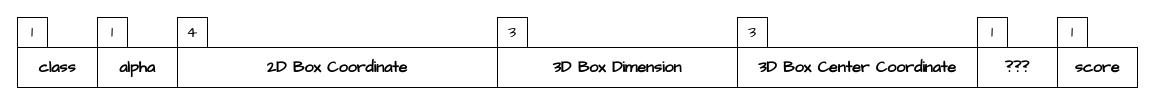
This is Untitled Diagram.drawio from umiskky/Diagrams, a draw.io file, before an edit. Source tidied: cells renumbered, new cells numbered last; positions are measured from the earlier drawing's top-left corner, leaving out a move shared by most shapes. Both pictures are drawn from the tidied source at 100%, with x=0, y=0 at pixel (17, 17).
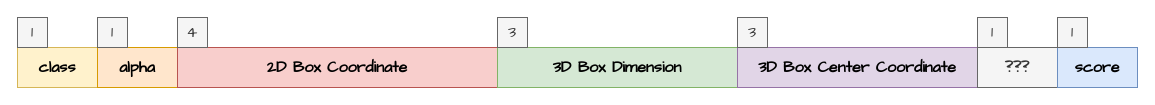
Above is the later version.

Change to the diagram source:
```diff
@@
 <mxGraphModel>
   <root>
     <mxCell id="0" />
     <mxCell id="1" parent="0" />
+    <mxCell id="16" style="group;" parent="1" vertex="1">
+      <mxGeometry width="1120" height="70" as="geometry" />
+    </mxCell>
-    <mxCell id="2" value="&lt;font face=&quot;Comic Sans MS&quot;&gt;&lt;span style=&quot;font-size: 16px&quot;&gt;&lt;b&gt;class&lt;/b&gt;&lt;/span&gt;&lt;/font&gt;" style="rounded=0;whiteSpace=wrap;html=1;" parent="1" vertex="1">
+    <mxCell id="2" value="&lt;font face=&quot;Comic Sans MS&quot;&gt;&lt;span style=&quot;font-size: 16px&quot;&gt;&lt;b&gt;class&lt;/b&gt;&lt;/span&gt;&lt;/font&gt;" style="rounded=0;whiteSpace=wrap;html=1;fillColor=#fff2cc;strokeColor=#d6b656;" parent="16" vertex="1">
       <mxGeometry y="30" width="80" height="40" as="geometry" />
     </mxCell>
-    <mxCell id="3" value="&lt;font face=&quot;Comic Sans MS&quot; size=&quot;1&quot;&gt;&lt;b style=&quot;font-size: 16px&quot;&gt;alpha&lt;/b&gt;&lt;/font&gt;" style="rounded=0;whiteSpace=wrap;html=1;" parent="1" vertex="1">
+    <mxCell id="3" value="&lt;font face=&quot;Comic Sans MS&quot; size=&quot;1&quot;&gt;&lt;b style=&quot;font-size: 16px&quot;&gt;alpha&lt;/b&gt;&lt;/font&gt;" style="rounded=0;whiteSpace=wrap;html=1;fillColor=#ffe6cc;strokeColor=#d79b00;" parent="16" vertex="1">
       <mxGeometry x="80" y="30" width="80" height="40" as="geometry" />
     </mxCell>
-    <mxCell id="4" value="&lt;font face=&quot;Comic Sans MS&quot;&gt;&lt;span style=&quot;font-size: 16px&quot;&gt;&lt;b&gt;2D Box Coordinate&lt;/b&gt;&lt;/span&gt;&lt;/font&gt;" style="rounded=0;whiteSpace=wrap;html=1;" parent="1" vertex="1">
+    <mxCell id="4" value="&lt;font face=&quot;Comic Sans MS&quot;&gt;&lt;span style=&quot;font-size: 16px&quot;&gt;&lt;b&gt;2D Box Coordinate&lt;/b&gt;&lt;/span&gt;&lt;/font&gt;" style="rounded=0;whiteSpace=wrap;html=1;fillColor=#f8cecc;strokeColor=#b85450;" parent="16" vertex="1">
       <mxGeometry x="160" y="30" width="320" height="40" as="geometry" />
     </mxCell>
-    <mxCell id="5" value="&lt;font face=&quot;Comic Sans MS&quot; size=&quot;1&quot;&gt;&lt;b style=&quot;font-size: 16px&quot;&gt;3D Box Dimension&lt;/b&gt;&lt;/font&gt;" style="rounded=0;whiteSpace=wrap;html=1;" parent="1" vertex="1">
+    <mxCell id="5" value="&lt;font face=&quot;Comic Sans MS&quot; size=&quot;1&quot;&gt;&lt;b style=&quot;font-size: 16px&quot;&gt;3D Box Dimension&lt;/b&gt;&lt;/font&gt;" style="rounded=0;whiteSpace=wrap;html=1;fillColor=#d5e8d4;strokeColor=#82b366;" parent="16" vertex="1">
       <mxGeometry x="480" y="30" width="240" height="40" as="geometry" />
     </mxCell>
-    <mxCell id="6" value="&lt;font face=&quot;Comic Sans MS&quot; size=&quot;1&quot;&gt;&lt;b style=&quot;font-size: 16px&quot;&gt;3D Box Center Coordinate&lt;/b&gt;&lt;/font&gt;" style="rounded=0;whiteSpace=wrap;html=1;" parent="1" vertex="1">
+    <mxCell id="6" value="&lt;font face=&quot;Comic Sans MS&quot; size=&quot;1&quot;&gt;&lt;b style=&quot;font-size: 16px&quot;&gt;3D Box Center Coordinate&lt;/b&gt;&lt;/font&gt;" style="rounded=0;whiteSpace=wrap;html=1;fillColor=#e1d5e7;strokeColor=#9673a6;" parent="16" vertex="1">
       <mxGeometry x="720" y="30" width="240" height="40" as="geometry" />
     </mxCell>
-    <mxCell id="7" value="&lt;font face=&quot;Comic Sans MS&quot; size=&quot;1&quot;&gt;&lt;b style=&quot;font-size: 16px&quot;&gt;???&lt;/b&gt;&lt;/font&gt;" style="rounded=0;whiteSpace=wrap;html=1;" parent="1" vertex="1">
+    <mxCell id="7" value="&lt;font face=&quot;Comic Sans MS&quot; size=&quot;1&quot;&gt;&lt;b style=&quot;font-size: 16px&quot;&gt;???&lt;/b&gt;&lt;/font&gt;" style="rounded=0;whiteSpace=wrap;html=1;fillColor=#f5f5f5;fontColor=#333333;strokeColor=#666666;" parent="16" vertex="1">
       <mxGeometry x="960" y="30" width="80" height="40" as="geometry" />
     </mxCell>
-    <mxCell id="8" value="&lt;font face=&quot;Comic Sans MS&quot; size=&quot;1&quot;&gt;&lt;b style=&quot;font-size: 16px&quot;&gt;score&lt;/b&gt;&lt;/font&gt;" style="rounded=0;whiteSpace=wrap;html=1;" parent="1" vertex="1">
+    <mxCell id="8" value="&lt;font face=&quot;Comic Sans MS&quot; size=&quot;1&quot;&gt;&lt;b style=&quot;font-size: 16px&quot;&gt;score&lt;/b&gt;&lt;/font&gt;" style="rounded=0;whiteSpace=wrap;html=1;fillColor=#dae8fc;strokeColor=#6c8ebf;" parent="16" vertex="1">
       <mxGeometry x="1040" y="30" width="80" height="40" as="geometry" />
     </mxCell>
-    <mxCell id="9" value="1" style="text;html=1;strokeColor=default;fillColor=none;align=center;verticalAlign=middle;whiteSpace=wrap;rounded=0;fontFamily=Comic Sans MS;fontSize=16;" parent="1" vertex="1">
+    <mxCell id="9" value="1" style="text;html=1;strokeColor=#666666;fillColor=#f5f5f5;align=center;verticalAlign=middle;whiteSpace=wrap;rounded=0;fontFamily=Comic Sans MS;fontSize=16;fontColor=#333333;" parent="16" vertex="1">
       <mxGeometry width="30" height="30" as="geometry" />
     </mxCell>
-    <mxCell id="10" value="1" style="text;html=1;strokeColor=default;fillColor=none;align=center;verticalAlign=middle;whiteSpace=wrap;rounded=0;fontFamily=Comic Sans MS;fontSize=16;" parent="1" vertex="1">
+    <mxCell id="10" value="1" style="text;html=1;strokeColor=#666666;fillColor=#f5f5f5;align=center;verticalAlign=middle;whiteSpace=wrap;rounded=0;fontFamily=Comic Sans MS;fontSize=16;fontColor=#333333;" parent="16" vertex="1">
       <mxGeometry x="80" width="30" height="30" as="geometry" />
     </mxCell>
-    <mxCell id="11" value="3" style="text;html=1;strokeColor=default;fillColor=none;align=center;verticalAlign=middle;whiteSpace=wrap;rounded=0;fontFamily=Comic Sans MS;fontSize=16;" parent="1" vertex="1">
+    <mxCell id="11" value="3" style="text;html=1;strokeColor=#666666;fillColor=#f5f5f5;align=center;verticalAlign=middle;whiteSpace=wrap;rounded=0;fontFamily=Comic Sans MS;fontSize=16;fontColor=#333333;" parent="16" vertex="1">
       <mxGeometry x="480" width="30" height="30" as="geometry" />
     </mxCell>
-    <mxCell id="12" value="4" style="text;html=1;strokeColor=default;fillColor=none;align=center;verticalAlign=middle;whiteSpace=wrap;rounded=0;fontFamily=Comic Sans MS;fontSize=16;" parent="1" vertex="1">
+    <mxCell id="12" value="4" style="text;html=1;strokeColor=#666666;fillColor=#f5f5f5;align=center;verticalAlign=middle;whiteSpace=wrap;rounded=0;fontFamily=Comic Sans MS;fontSize=16;fontColor=#333333;" parent="16" vertex="1">
       <mxGeometry x="160" width="30" height="30" as="geometry" />
     </mxCell>
-    <mxCell id="13" value="3" style="text;html=1;strokeColor=default;fillColor=none;align=center;verticalAlign=middle;whiteSpace=wrap;rounded=0;fontFamily=Comic Sans MS;fontSize=16;" parent="1" vertex="1">
+    <mxCell id="13" value="3" style="text;html=1;strokeColor=#666666;fillColor=#f5f5f5;align=center;verticalAlign=middle;whiteSpace=wrap;rounded=0;fontFamily=Comic Sans MS;fontSize=16;fontColor=#333333;" parent="16" vertex="1">
       <mxGeometry x="720" width="30" height="30" as="geometry" />
     </mxCell>
-    <mxCell id="14" value="1" style="text;html=1;strokeColor=default;fillColor=none;align=center;verticalAlign=middle;whiteSpace=wrap;rounded=0;fontFamily=Comic Sans MS;fontSize=16;" parent="1" vertex="1">
+    <mxCell id="14" value="1" style="text;html=1;strokeColor=#666666;fillColor=#f5f5f5;align=center;verticalAlign=middle;whiteSpace=wrap;rounded=0;fontFamily=Comic Sans MS;fontSize=16;fontColor=#333333;" parent="16" vertex="1">
       <mxGeometry x="960" width="30" height="30" as="geometry" />
     </mxCell>
-    <mxCell id="15" value="1" style="text;html=1;strokeColor=default;fillColor=none;align=center;verticalAlign=middle;whiteSpace=wrap;rounded=0;fontFamily=Comic Sans MS;fontSize=16;" parent="1" vertex="1">
+    <mxCell id="15" value="1" style="text;html=1;strokeColor=#666666;fillColor=#f5f5f5;align=center;verticalAlign=middle;whiteSpace=wrap;rounded=0;fontFamily=Comic Sans MS;fontSize=16;fontColor=#333333;" parent="16" vertex="1">
       <mxGeometry x="1040" width="30" height="30" as="geometry" />
     </mxCell>
   </root>
 </mxGraphModel>
```
